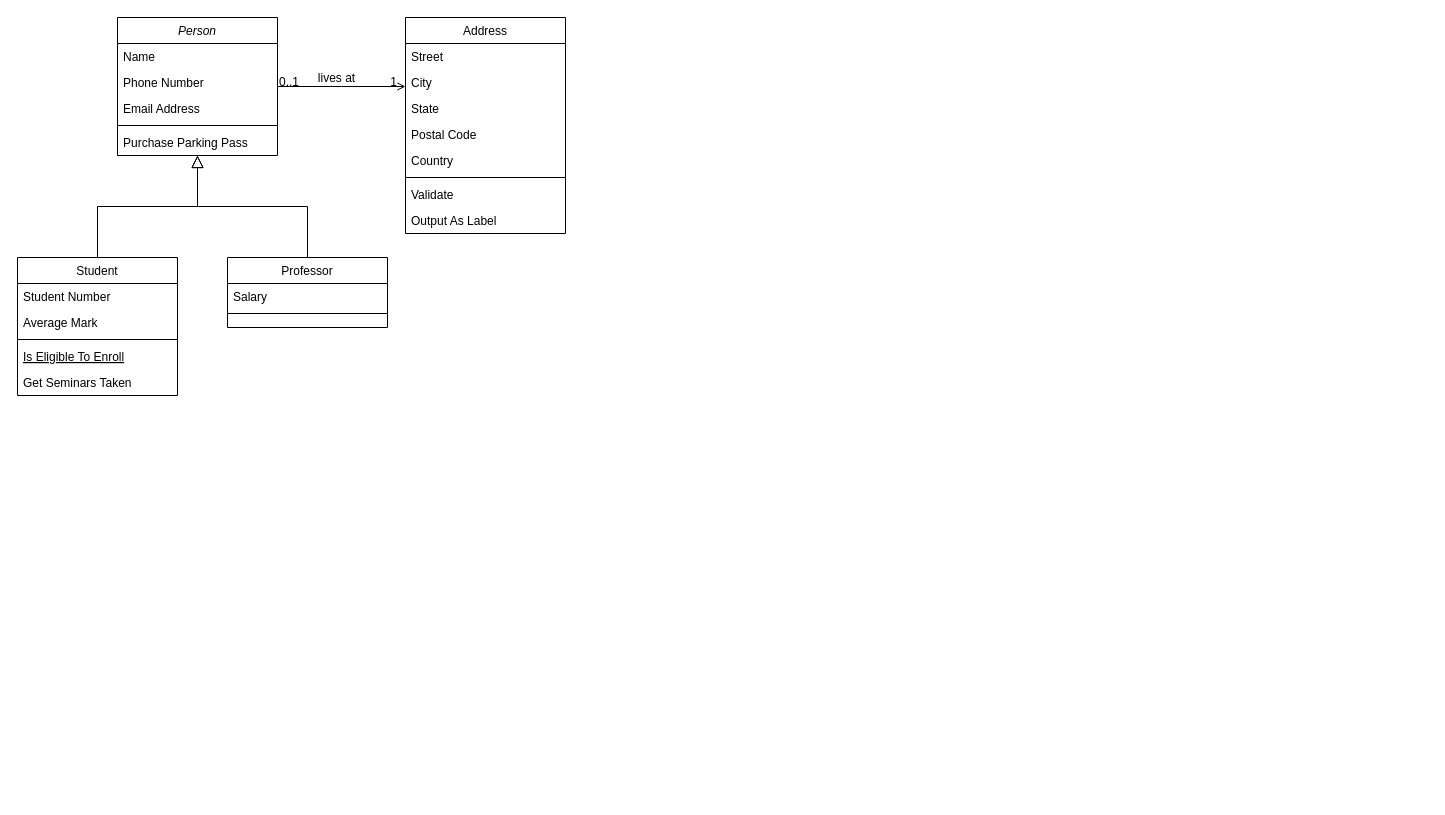
Earlier version of the draw.io diagram Untitled Diagram.drawio (MahmutSamii/UML-diyagramlar-). Source tidied: cells renumbered, new cells numbered last; positions are measured from the earlier drawing's top-left corner, leaving out a move shared by most shapes. Both pictures are drawn from the tidied source at 100%, with x=0, y=0 at pixel (17, 17).
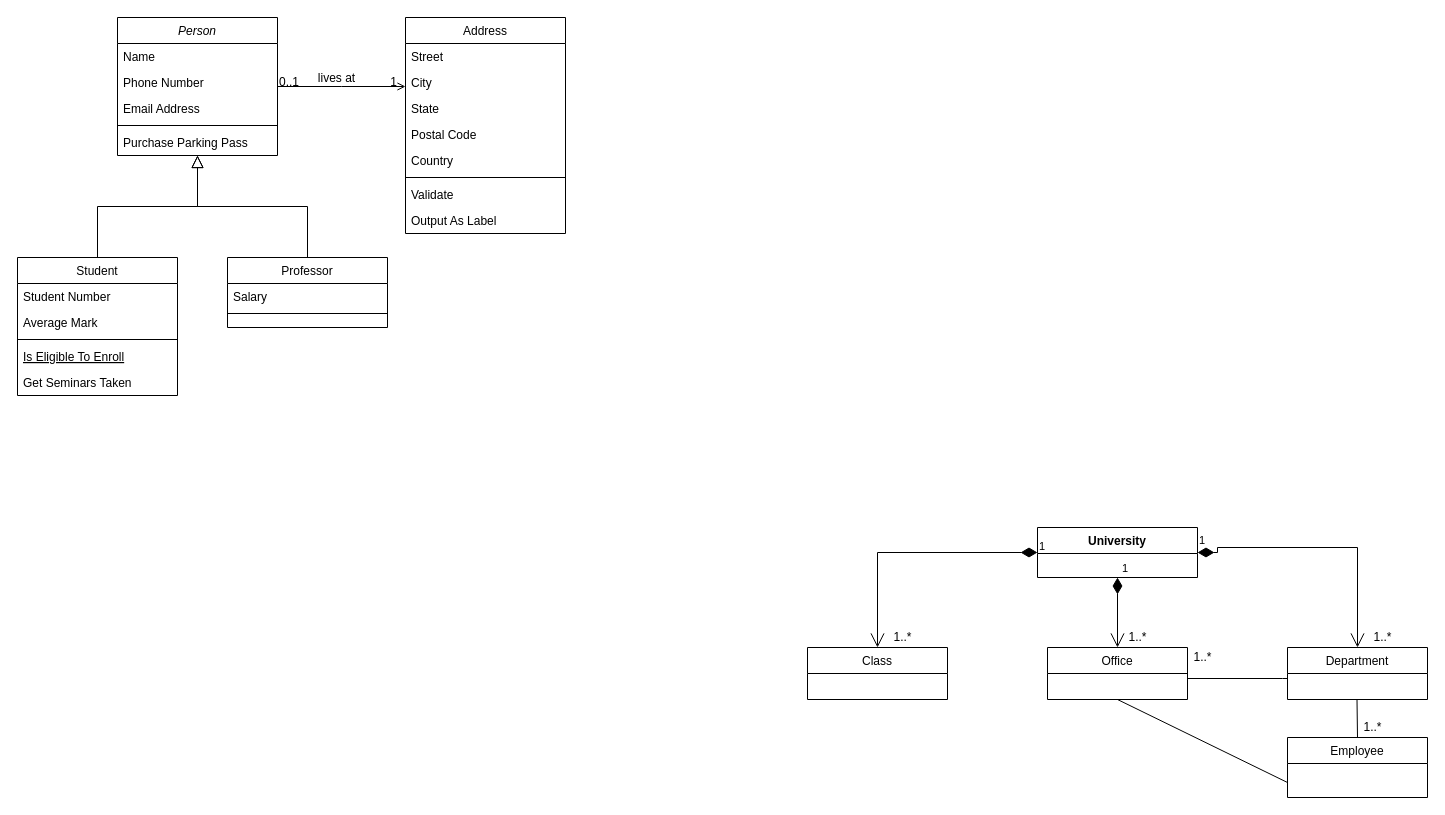
The same diagram, later.

The edit, as a diff of the source:
```diff
@@
+    <mxCell id="32" value="University" style="swimlane;fontStyle=1;align=center;verticalAlign=top;horizontal=1;startSize=26;" parent="1" vertex="1">
+      <mxGeometry x="1020" y="510" width="160" height="50" as="geometry" />
+    </mxCell>
+    <mxCell id="33" value="Department" style="swimlane;fontStyle=0;horizontal=1;startSize=26;fillColor=none;" parent="1" vertex="1">
+      <mxGeometry x="1270" y="630" width="140" height="52" as="geometry" />
+    </mxCell>
+    <mxCell id="34" value="Office" style="swimlane;fontStyle=0;horizontal=1;startSize=26;fillColor=none;" parent="1" vertex="1">
+      <mxGeometry x="1030" y="630" width="140" height="52" as="geometry" />
+    </mxCell>
+    <mxCell id="35" value="Class" style="swimlane;fontStyle=0;horizontal=1;startSize=26;fillColor=none;" parent="1" vertex="1">
+      <mxGeometry x="790" y="630" width="140" height="52" as="geometry" />
+    </mxCell>
+    <mxCell id="36" value="1" style="endArrow=open;html=1;endSize=12;startArrow=diamondThin;startSize=14;startFill=1;edgeStyle=orthogonalEdgeStyle;align=left;verticalAlign=bottom;rounded=0;entryX=0.5;entryY=0;entryDx=0;entryDy=0;exitX=1;exitY=0.5;exitDx=0;exitDy=0;" parent="1" edge="1" source="32" target="33">
+      <mxGeometry x="-1" y="3" relative="1" as="geometry">
+        <Array as="points">
+          <mxPoint x="1200" y="535" />
+          <mxPoint x="1200" y="530" />
+          <mxPoint x="1340" y="530" />
+        </Array>
+      </mxGeometry>
+    </mxCell>
+    <mxCell id="37" value="1" style="endArrow=open;html=1;endSize=12;startArrow=diamondThin;startSize=14;startFill=1;edgeStyle=orthogonalEdgeStyle;align=left;verticalAlign=bottom;rounded=0;exitX=0.5;exitY=1;exitDx=0;exitDy=0;entryX=0.5;entryY=0;entryDx=0;entryDy=0;" parent="1" edge="1" source="32" target="34">
+      <mxGeometry x="-1" y="3" relative="1" as="geometry" />
+    </mxCell>
+    <mxCell id="38" value="1" style="endArrow=open;html=1;endSize=12;startArrow=diamondThin;startSize=14;startFill=1;edgeStyle=orthogonalEdgeStyle;align=left;verticalAlign=bottom;rounded=0;entryX=0.5;entryY=0;entryDx=0;entryDy=0;exitX=0;exitY=0.5;exitDx=0;exitDy=0;" parent="1" edge="1" source="32" target="35">
+      <mxGeometry x="-1" y="3" relative="1" as="geometry" />
+    </mxCell>
+    <mxCell id="39" value="1..*" style="text;html=1;align=center;verticalAlign=middle;strokeColor=none;fillColor=none;" parent="1" vertex="1">
+      <mxGeometry x="1105" y="610" width="30" height="20" as="geometry" />
+    </mxCell>
+    <mxCell id="40" value="1..*" style="text;html=1;align=center;verticalAlign=middle;strokeColor=none;fillColor=none;" parent="1" vertex="1">
+      <mxGeometry x="1350" y="610" width="30" height="20" as="geometry" />
+    </mxCell>
+    <mxCell id="41" value="1..*" style="text;html=1;align=center;verticalAlign=middle;strokeColor=none;fillColor=none;" parent="1" vertex="1">
+      <mxGeometry x="870" y="610" width="30" height="20" as="geometry" />
+    </mxCell>
+    <mxCell id="42" style="endArrow=none;html=1;edgeStyle=orthogonalEdgeStyle;rounded=0;" parent="1" edge="1">
+      <mxGeometry relative="1" as="geometry">
+        <mxPoint x="1170" y="651" as="sourcePoint" />
+        <mxPoint x="1270" y="661" as="targetPoint" />
+        <Array as="points">
+          <mxPoint x="1170" y="661" />
+          <mxPoint x="1265" y="661" />
+        </Array>
+      </mxGeometry>
+    </mxCell>
+    <mxCell id="43" value="1..*" style="text;html=1;align=center;verticalAlign=middle;strokeColor=none;fillColor=none;" parent="1" vertex="1">
+      <mxGeometry x="1170" y="630" width="30" height="20" as="geometry" />
+    </mxCell>
+    <mxCell id="44" value="Employee" style="swimlane;fontStyle=0;horizontal=1;startSize=26;fillColor=none;" parent="1" vertex="1">
+      <mxGeometry x="1270" y="720" width="140" height="60" as="geometry" />
+    </mxCell>
+    <mxCell id="45" style="endArrow=none;html=1;edgeStyle=orthogonalEdgeStyle;rounded=0;exitX=0.5;exitY=0;exitDx=0;exitDy=0;" parent="1" edge="1" source="44">
+      <mxGeometry relative="1" as="geometry">
+        <mxPoint x="1339.5" y="682" as="targetPoint" />
+      </mxGeometry>
+    </mxCell>
+    <mxCell id="46" value="1..*" style="text;html=1;align=center;verticalAlign=middle;strokeColor=none;fillColor=none;" parent="1" vertex="1">
+      <mxGeometry x="1340" y="700" width="30" height="20" as="geometry" />
+    </mxCell>
+    <mxCell id="47" style="endArrow=none;html=1;rounded=0;exitX=0;exitY=0.75;exitDx=0;exitDy=0;entryX=0.5;entryY=1;entryDx=0;entryDy=0;" parent="1" edge="1" source="44" target="34">
+      <mxGeometry relative="1" as="geometry" />
+    </mxCell>
```
